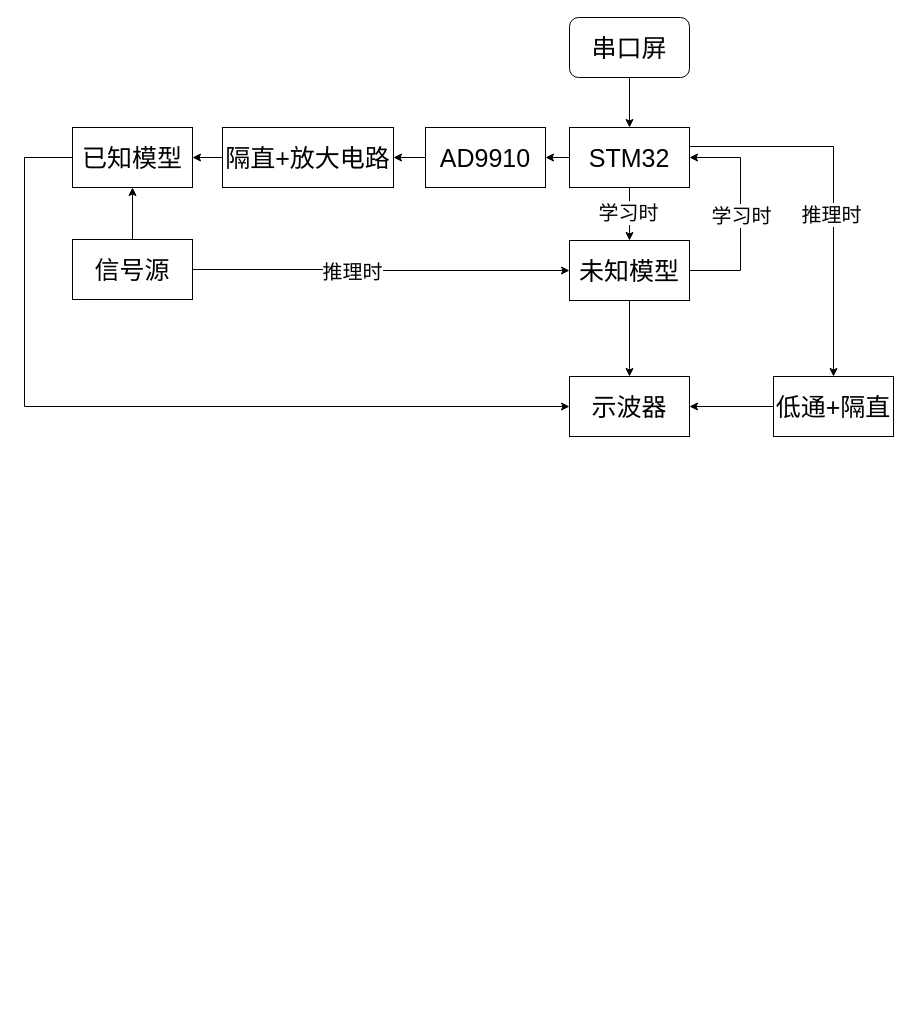
Earlier version of the draw.io diagram 设计报告/系统框图.drawio (NanShanTech/TI_25_G-Circuit_Model_RE). Source tidied: cells renumbered, new cells numbered last; positions are measured from the earlier drawing's top-left corner, leaving out a move shared by most shapes. Both pictures are drawn from the tidied source at 100%, with x=0, y=0 at pixel (24, 17).
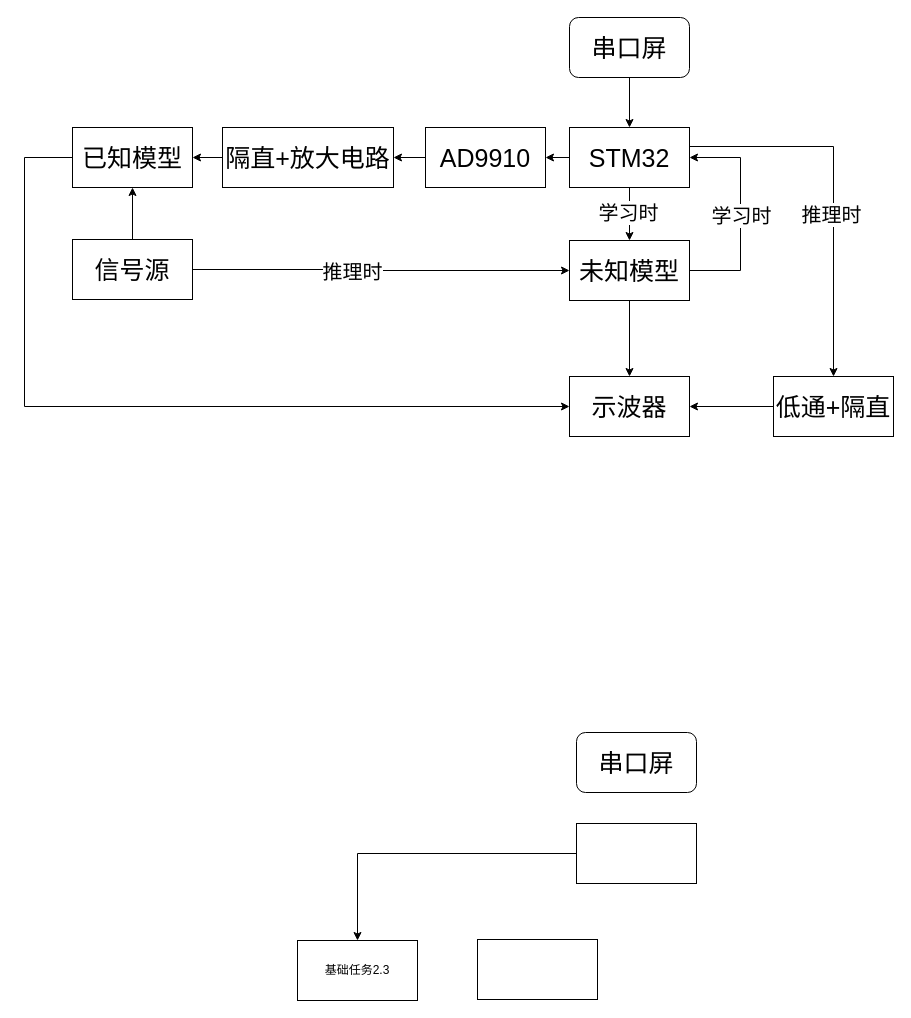
The same diagram, later.

Change to the diagram source:
```diff
@@
+    <mxCell id="27" style="rounded=0;whiteSpace=wrap;html=1;" parent="1" vertex="1">
+      <mxGeometry x="552" y="806" width="120" height="60" as="geometry" />
+    </mxCell>
+    <mxCell id="28" style="edgeStyle=orthogonalEdgeStyle;rounded=0;jettySize=auto;html=1;" parent="1" edge="1" source="27" target="30">
+      <mxGeometry relative="1" as="geometry" />
+    </mxCell>
+    <mxCell id="29" value="&lt;font style=&quot;font-size: 25px;&quot;&gt;串口屏&lt;/font&gt;" style="rounded=1;whiteSpace=wrap;html=1;" parent="1" vertex="1">
+      <mxGeometry x="552" y="715" width="120" height="60" as="geometry" />
+    </mxCell>
+    <mxCell id="30" value="基础任务2.3" style="rounded=0;whiteSpace=wrap;html=1;" parent="1" vertex="1">
+      <mxGeometry x="273" y="923" width="120" height="60" as="geometry" />
+    </mxCell>
+    <mxCell id="31" style="rounded=0;whiteSpace=wrap;html=1;" parent="1" vertex="1">
+      <mxGeometry x="453" y="922" width="120" height="60" as="geometry" />
+    </mxCell>
```
